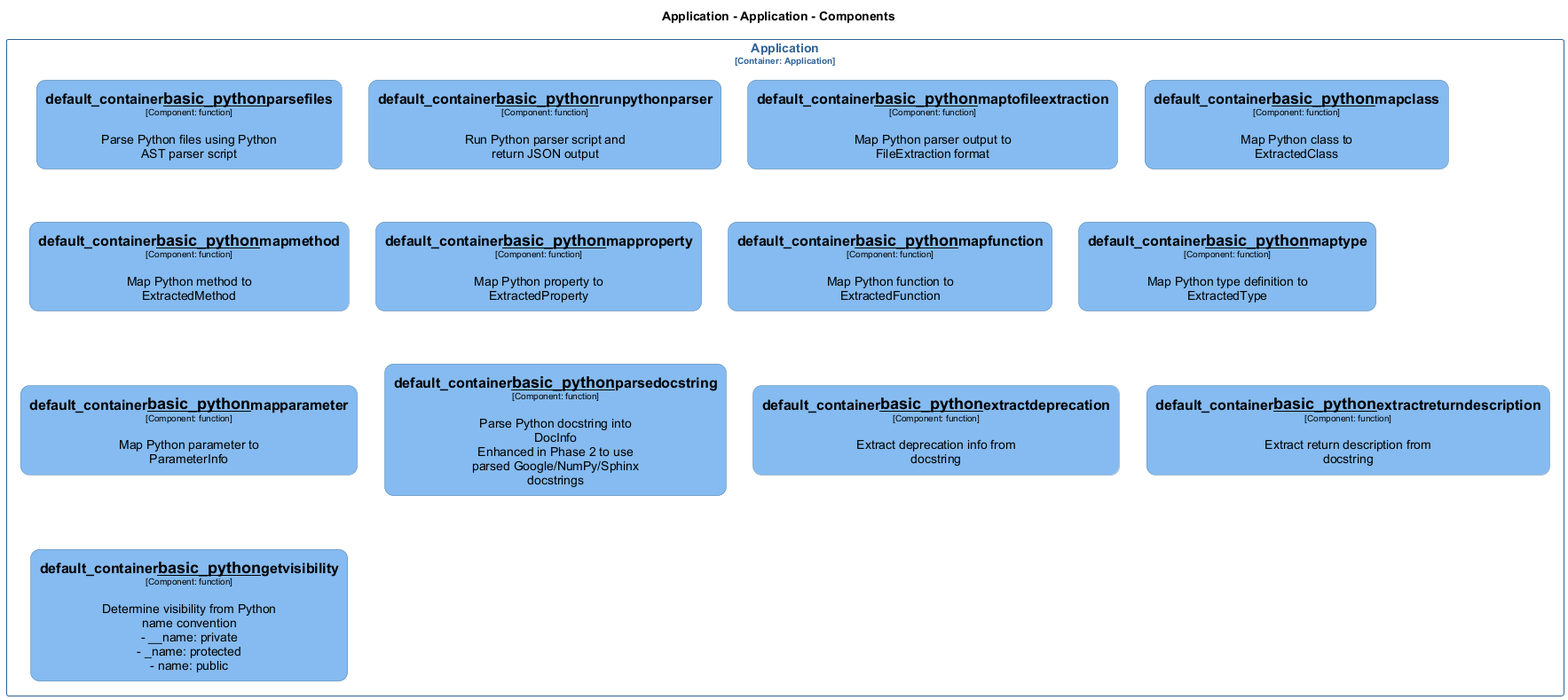
chrislyons-dev/archlette keeps this PlantUML diagram as docs/architecture/diagrams/structurizr-Classes_default_container__basic_python.png. Above is the earlier version. Its diagram source:
```plantuml
@startuml
set separator none
title Application - Application - Components

top to bottom direction
skinparam ranksep 60
skinparam nodesep 30

skinparam {
  arrowFontSize 10
  defaultTextAlignment center
  wrapWidth 200
  maxMessageSize 100
  defaultFontName "Arial"
}

hide stereotype

skinparam rectangle<<Application.Application.default_container__basic_python__extractdeprecation>> {
  BackgroundColor #85bbf0
  FontColor #000000
  BorderColor #5d82a8
  roundCorner 20
  shadowing false
}
skinparam rectangle<<Application.Application.default_container__basic_python__extractreturndescription>> {
  BackgroundColor #85bbf0
  FontColor #000000
  BorderColor #5d82a8
  roundCorner 20
  shadowing false
}
skinparam rectangle<<Application.Application.default_container__basic_python__getvisibility>> {
  BackgroundColor #85bbf0
  FontColor #000000
  BorderColor #5d82a8
  roundCorner 20
  shadowing false
}
skinparam rectangle<<Application.Application.default_container__basic_python__mapclass>> {
  BackgroundColor #85bbf0
  FontColor #000000
  BorderColor #5d82a8
  roundCorner 20
  shadowing false
}
skinparam rectangle<<Application.Application.default_container__basic_python__mapfunction>> {
  BackgroundColor #85bbf0
  FontColor #000000
  BorderColor #5d82a8
  roundCorner 20
  shadowing false
}
skinparam rectangle<<Application.Application.default_container__basic_python__mapmethod>> {
  BackgroundColor #85bbf0
  FontColor #000000
  BorderColor #5d82a8
  roundCorner 20
  shadowing false
}
skinparam rectangle<<Application.Application.default_container__basic_python__mapparameter>> {
  BackgroundColor #85bbf0
  FontColor #000000
  BorderColor #5d82a8
  roundCorner 20
  shadowing false
}
skinparam rectangle<<Application.Application.default_container__basic_python__mapproperty>> {
  BackgroundColor #85bbf0
  FontColor #000000
  BorderColor #5d82a8
  roundCorner 20
  shadowing false
}
skinparam rectangle<<Application.Application.default_container__basic_python__maptofileextraction>> {
  BackgroundColor #85bbf0
  FontColor #000000
  BorderColor #5d82a8
  roundCorner 20
  shadowing false
}
skinparam rectangle<<Application.Application.default_container__basic_python__maptype>> {
  BackgroundColor #85bbf0
  FontColor #000000
  BorderColor #5d82a8
  roundCorner 20
  shadowing false
}
skinparam rectangle<<Application.Application.default_container__basic_python__parsedocstring>> {
  BackgroundColor #85bbf0
  FontColor #000000
  BorderColor #5d82a8
  roundCorner 20
  shadowing false
}
skinparam rectangle<<Application.Application.default_container__basic_python__parsefiles>> {
  BackgroundColor #85bbf0
  FontColor #000000
  BorderColor #5d82a8
  roundCorner 20
  shadowing false
}
skinparam rectangle<<Application.Application.default_container__basic_python__runpythonparser>> {
  BackgroundColor #85bbf0
  FontColor #000000
  BorderColor #5d82a8
  roundCorner 20
  shadowing false
}
skinparam rectangle<<Application.Application>> {
  BorderColor #2e6295
  FontColor #2e6295
  shadowing false
}

rectangle "Application\n<size:10>[Container: Application]</size>" <<Application.Application>> {
  rectangle "==default_container__basic_python__parsefiles\n<size:10>[Component: function]</size>\n\nParse Python files using Python AST parser script" <<Application.Application.default_container__basic_python__parsefiles>> as Application.Application.default_container__basic_python__parsefiles
  rectangle "==default_container__basic_python__runpythonparser\n<size:10>[Component: function]</size>\n\nRun Python parser script and return JSON output" <<Application.Application.default_container__basic_python__runpythonparser>> as Application.Application.default_container__basic_python__runpythonparser
  rectangle "==default_container__basic_python__maptofileextraction\n<size:10>[Component: function]</size>\n\nMap Python parser output to FileExtraction format" <<Application.Application.default_container__basic_python__maptofileextraction>> as Application.Application.default_container__basic_python__maptofileextraction
  rectangle "==default_container__basic_python__mapclass\n<size:10>[Component: function]</size>\n\nMap Python class to ExtractedClass" <<Application.Application.default_container__basic_python__mapclass>> as Application.Application.default_container__basic_python__mapclass
  rectangle "==default_container__basic_python__mapmethod\n<size:10>[Component: function]</size>\n\nMap Python method to ExtractedMethod" <<Application.Application.default_container__basic_python__mapmethod>> as Application.Application.default_container__basic_python__mapmethod
  rectangle "==default_container__basic_python__mapproperty\n<size:10>[Component: function]</size>\n\nMap Python property to ExtractedProperty" <<Application.Application.default_container__basic_python__mapproperty>> as Application.Application.default_container__basic_python__mapproperty
  rectangle "==default_container__basic_python__mapfunction\n<size:10>[Component: function]</size>\n\nMap Python function to ExtractedFunction" <<Application.Application.default_container__basic_python__mapfunction>> as Application.Application.default_container__basic_python__mapfunction
  rectangle "==default_container__basic_python__maptype\n<size:10>[Component: function]</size>\n\nMap Python type definition to ExtractedType" <<Application.Application.default_container__basic_python__maptype>> as Application.Application.default_container__basic_python__maptype
  rectangle "==default_container__basic_python__mapparameter\n<size:10>[Component: function]</size>\n\nMap Python parameter to ParameterInfo" <<Application.Application.default_container__basic_python__mapparameter>> as Application.Application.default_container__basic_python__mapparameter
  rectangle "==default_container__basic_python__parsedocstring\n<size:10>[Component: function]</size>\n\nParse Python docstring into DocInfo\nEnhanced in Phase 2 to use parsed Google/NumPy/Sphinx docstrings" <<Application.Application.default_container__basic_python__parsedocstring>> as Application.Application.default_container__basic_python__parsedocstring
  rectangle "==default_container__basic_python__extractdeprecation\n<size:10>[Component: function]</size>\n\nExtract deprecation info from docstring" <<Application.Application.default_container__basic_python__extractdeprecation>> as Application.Application.default_container__basic_python__extractdeprecation
  rectangle "==default_container__basic_python__extractreturndescription\n<size:10>[Component: function]</size>\n\nExtract return description from docstring" <<Application.Application.default_container__basic_python__extractreturndescription>> as Application.Application.default_container__basic_python__extractreturndescription
  rectangle "==default_container__basic_python__getvisibility\n<size:10>[Component: function]</size>\n\nDetermine visibility from Python name convention\n- __name: private\n- _name: protected\n- name: public" <<Application.Application.default_container__basic_python__getvisibility>> as Application.Application.default_container__basic_python__getvisibility
}

@enduml
```
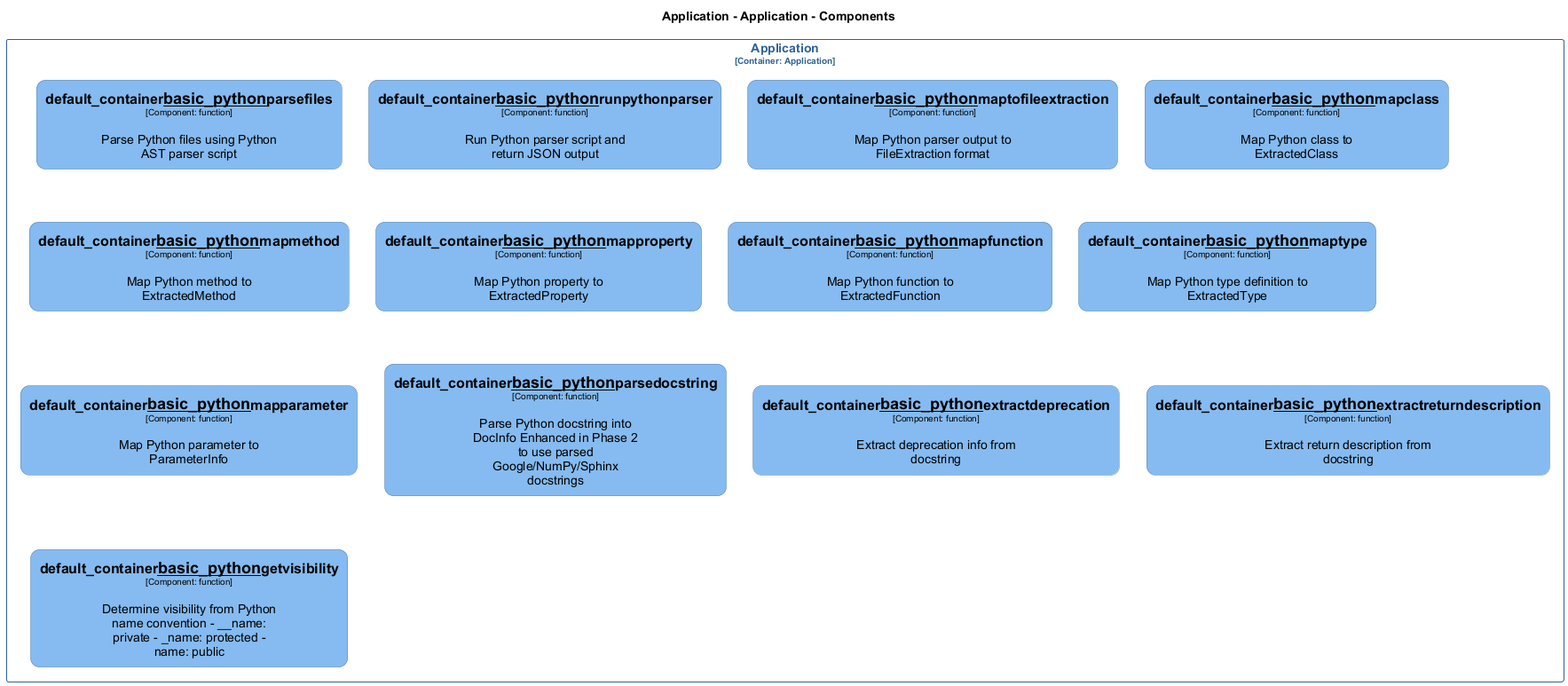
Later version of the same file.

Change to the diagram source:
```diff
@@ -123,10 +123,10 @@
   rectangle "==default_container__basic_python__mapfunction\n<size:10>[Component: function]</size>\n\nMap Python function to ExtractedFunction" <<Application.Application.default_container__basic_python__mapfunction>> as Application.Application.default_container__basic_python__mapfunction
   rectangle "==default_container__basic_python__maptype\n<size:10>[Component: function]</size>\n\nMap Python type definition to ExtractedType" <<Application.Application.default_container__basic_python__maptype>> as Application.Application.default_container__basic_python__maptype
   rectangle "==default_container__basic_python__mapparameter\n<size:10>[Component: function]</size>\n\nMap Python parameter to ParameterInfo" <<Application.Application.default_container__basic_python__mapparameter>> as Application.Application.default_container__basic_python__mapparameter
-  rectangle "==default_container__basic_python__parsedocstring\n<size:10>[Component: function]</size>\n\nParse Python docstring into DocInfo\nEnhanced in Phase 2 to use parsed Google/NumPy/Sphinx docstrings" <<Application.Application.default_container__basic_python__parsedocstring>> as Application.Application.default_container__basic_python__parsedocstring
+  rectangle "==default_container__basic_python__parsedocstring\n<size:10>[Component: function]</size>\n\nParse Python docstring into DocInfo Enhanced in Phase 2 to use parsed Google/NumPy/Sphinx docstrings" <<Application.Application.default_container__basic_python__parsedocstring>> as Application.Application.default_container__basic_python__parsedocstring
   rectangle "==default_container__basic_python__extractdeprecation\n<size:10>[Component: function]</size>\n\nExtract deprecation info from docstring" <<Application.Application.default_container__basic_python__extractdeprecation>> as Application.Application.default_container__basic_python__extractdeprecation
   rectangle "==default_container__basic_python__extractreturndescription\n<size:10>[Component: function]</size>\n\nExtract return description from docstring" <<Application.Application.default_container__basic_python__extractreturndescription>> as Application.Application.default_container__basic_python__extractreturndescription
-  rectangle "==default_container__basic_python__getvisibility\n<size:10>[Component: function]</size>\n\nDetermine visibility from Python name convention\n- __name: private\n- _name: protected\n- name: public" <<Application.Application.default_container__basic_python__getvisibility>> as Application.Application.default_container__basic_python__getvisibility
+  rectangle "==default_container__basic_python__getvisibility\n<size:10>[Component: function]</size>\n\nDetermine visibility from Python name convention - __name: private - _name: protected - name: public" <<Application.Application.default_container__basic_python__getvisibility>> as Application.Application.default_container__basic_python__getvisibility
 }
 
 @enduml
```
